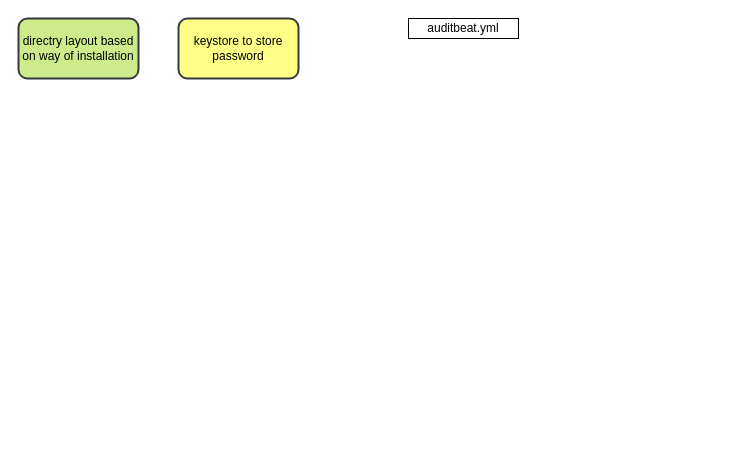
Above: page "Setup and configuration" (3 of 5) of My Articles/elastic stack/Audit Beat Understanding.drawio in paramothers/books (draw.io), before the change. Source tidied: cells renumbered, new cells numbered last; positions are measured from the earlier drawing's top-left corner, leaving out a move shared by most shapes. Both pictures are drawn from the tidied source at 100%, with x=0, y=0 at pixel (18, 18).
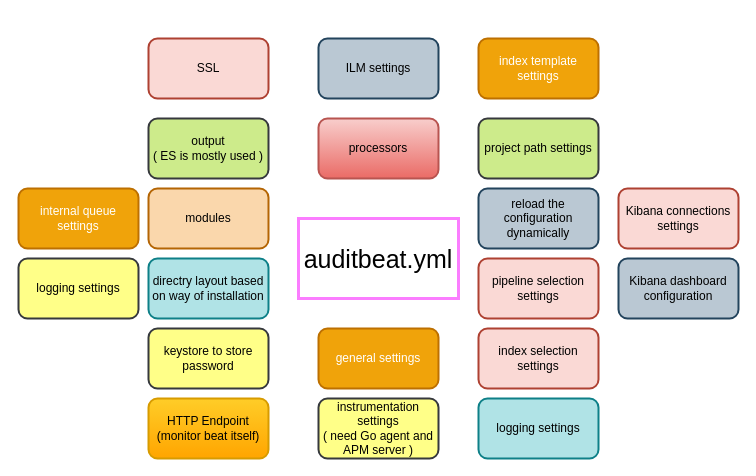
The same diagram, later.

Change to the diagram source:
```diff
@@
-    <mxCell id="2" value="directry layout based on way of installation" style="rounded=1;whiteSpace=wrap;html=1;strokeColor=#36393d;strokeWidth=2;fillColor=#cdeb8b;" parent="1" vertex="1">
-      <mxGeometry width="120" height="60" as="geometry" />
+    <mxCell id="2" value="directry layout based on way of installation" style="rounded=1;whiteSpace=wrap;html=1;strokeColor=#0e8088;strokeWidth=2;fillColor=#b0e3e6;" parent="1" vertex="1">
+      <mxGeometry x="130" y="240" width="120" height="60" as="geometry" />
     </mxCell>
     <mxCell id="3" value="keystore to store password" style="rounded=1;whiteSpace=wrap;html=1;strokeColor=#36393d;strokeWidth=2;fillColor=#ffff88;" parent="1" vertex="1">
-      <mxGeometry x="160" width="120" height="60" as="geometry" />
+      <mxGeometry x="130" y="310" width="120" height="60" as="geometry" />
     </mxCell>
-    <mxCell id="4" value="auditbeat.yml" style="text;html=1;fillColor=none;align=center;verticalAlign=middle;whiteSpace=wrap;rounded=0;strokeColor=#000000;" parent="1" vertex="1">
-      <mxGeometry x="390" width="110" height="20" as="geometry" />
+    <mxCell id="4" value="auditbeat.yml" style="text;html=1;fillColor=none;align=center;verticalAlign=middle;whiteSpace=wrap;rounded=0;fontSize=25;strokeColor=#FB7DFF;strokeWidth=3;" parent="1" vertex="1">
+      <mxGeometry x="280" y="200" width="160" height="80" as="geometry" />
     </mxCell>
+    <mxCell id="5" value="modules" style="rounded=1;whiteSpace=wrap;html=1;strokeColor=#b46504;strokeWidth=2;fillColor=#fad7ac;" parent="1" vertex="1">
+      <mxGeometry x="130" y="170" width="120" height="60" as="geometry" />
+    </mxCell>
+    <mxCell id="6" value="output&lt;br&gt;( ES is mostly used )" style="rounded=1;whiteSpace=wrap;html=1;strokeColor=#36393d;strokeWidth=2;fillColor=#cdeb8b;" parent="1" vertex="1">
+      <mxGeometry x="130" y="100" width="120" height="60" as="geometry" />
+    </mxCell>
+    <mxCell id="7" value="general settings" style="rounded=1;whiteSpace=wrap;html=1;strokeColor=#BD7000;strokeWidth=2;fillColor=#f0a30a;fontColor=#ffffff;" parent="1" vertex="1">
+      <mxGeometry x="300" y="310" width="120" height="60" as="geometry" />
+    </mxCell>
+    <mxCell id="8" value="processors" style="rounded=1;whiteSpace=wrap;html=1;strokeColor=#b85450;strokeWidth=2;fillColor=#f8cecc;gradientColor=#ea6b66;" parent="1" vertex="1">
+      <mxGeometry x="300" y="100" width="120" height="60" as="geometry" />
+    </mxCell>
+    <mxCell id="9" value="project path settings" style="rounded=1;whiteSpace=wrap;html=1;strokeColor=#36393d;strokeWidth=2;fillColor=#cdeb8b;" parent="1" vertex="1">
+      <mxGeometry x="460" y="100" width="120" height="60" as="geometry" />
+    </mxCell>
+    <mxCell id="10" value="reload the configuration dynamically" style="rounded=1;whiteSpace=wrap;html=1;strokeColor=#23445d;strokeWidth=2;fillColor=#bac8d3;" parent="1" vertex="1">
+      <mxGeometry x="460" y="170" width="120" height="60" as="geometry" />
+    </mxCell>
+    <mxCell id="11" value="pipeline selection settings" style="rounded=1;whiteSpace=wrap;html=1;strokeColor=#ae4132;strokeWidth=2;fillColor=#fad9d5;" parent="1" vertex="1">
+      <mxGeometry x="460" y="240" width="120" height="60" as="geometry" />
+    </mxCell>
+    <mxCell id="12" value="index selection settings" style="rounded=1;whiteSpace=wrap;html=1;strokeColor=#ae4132;strokeWidth=2;fillColor=#fad9d5;" parent="1" vertex="1">
+      <mxGeometry x="460" y="310" width="120" height="60" as="geometry" />
+    </mxCell>
+    <mxCell id="13" value="SSL" style="rounded=1;whiteSpace=wrap;html=1;strokeColor=#ae4132;strokeWidth=2;fillColor=#fad9d5;" parent="1" vertex="1">
+      <mxGeometry x="130" y="20" width="120" height="60" as="geometry" />
+    </mxCell>
+    <mxCell id="14" value="ILM settings" style="rounded=1;whiteSpace=wrap;html=1;strokeColor=#23445d;strokeWidth=2;fillColor=#bac8d3;" parent="1" vertex="1">
+      <mxGeometry x="300" y="20" width="120" height="60" as="geometry" />
+    </mxCell>
+    <mxCell id="15" value="index template settings" style="rounded=1;whiteSpace=wrap;html=1;strokeColor=#BD7000;strokeWidth=2;fillColor=#f0a30a;fontColor=#ffffff;" parent="1" vertex="1">
+      <mxGeometry x="460" y="20" width="120" height="60" as="geometry" />
+    </mxCell>
+    <mxCell id="16" value="Kibana dashboard configuration" style="rounded=1;whiteSpace=wrap;html=1;strokeColor=#23445d;strokeWidth=2;fillColor=#bac8d3;" parent="1" vertex="1">
+      <mxGeometry x="600" y="240" width="120" height="60" as="geometry" />
+    </mxCell>
+    <mxCell id="17" value="Kibana connections settings" style="rounded=1;whiteSpace=wrap;html=1;strokeColor=#ae4132;strokeWidth=2;fillColor=#fad9d5;" parent="1" vertex="1">
+      <mxGeometry x="600" y="170" width="120" height="60" as="geometry" />
+    </mxCell>
+    <mxCell id="18" value="internal queue settings" style="rounded=1;whiteSpace=wrap;html=1;strokeColor=#BD7000;strokeWidth=2;fillColor=#f0a30a;fontColor=#ffffff;" parent="1" vertex="1">
+      <mxGeometry y="170" width="120" height="60" as="geometry" />
+    </mxCell>
+    <mxCell id="19" value="logging settings" style="rounded=1;whiteSpace=wrap;html=1;strokeColor=#0e8088;strokeWidth=2;fillColor=#b0e3e6;" parent="1" vertex="1">
+      <mxGeometry x="460" y="380" width="120" height="60" as="geometry" />
+    </mxCell>
+    <mxCell id="20" value="logging settings" style="rounded=1;whiteSpace=wrap;html=1;strokeColor=#36393d;strokeWidth=2;fillColor=#ffff88;" parent="1" vertex="1">
+      <mxGeometry y="240" width="120" height="60" as="geometry" />
+    </mxCell>
+    <mxCell id="21" value="HTTP Endpoint&lt;br&gt;(monitor beat itself)" style="rounded=1;whiteSpace=wrap;html=1;strokeColor=#d79b00;strokeWidth=2;fillColor=#ffcd28;gradientColor=#ffa500;" parent="1" vertex="1">
+      <mxGeometry x="130" y="380" width="120" height="60" as="geometry" />
+    </mxCell>
+    <mxCell id="22" value="instrumentation settings&lt;br&gt;( need Go agent and APM server )" style="rounded=1;whiteSpace=wrap;html=1;strokeColor=#36393d;strokeWidth=2;fillColor=#ffff88;" parent="1" vertex="1">
+      <mxGeometry x="300" y="380" width="120" height="60" as="geometry" />
+    </mxCell>
```
